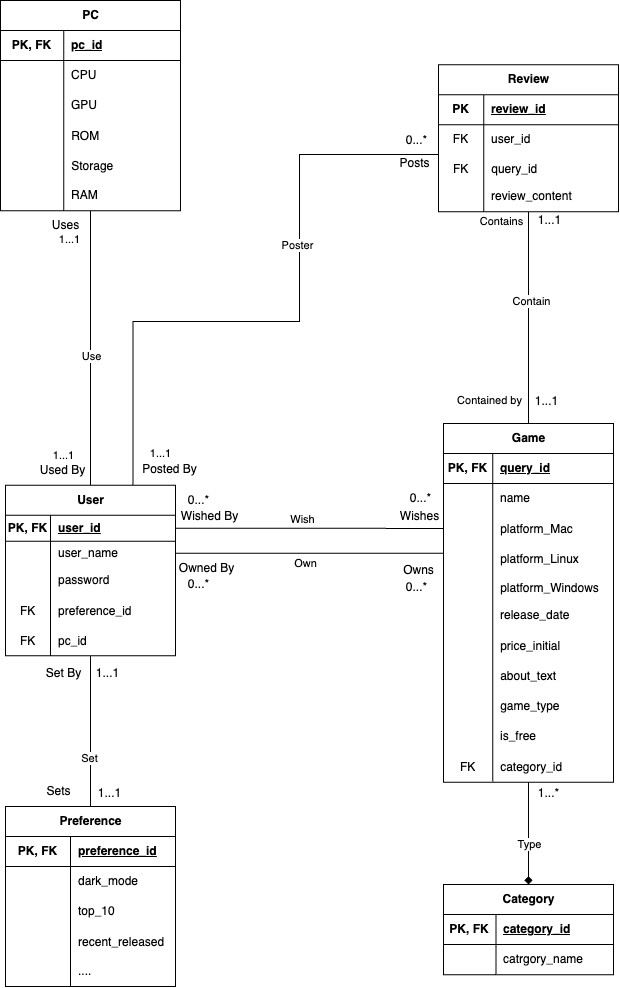
Earlier version of the draw.io export doc/image/cs411-pt1-stage2-uml.png (linggew/GGsteam). Source tidied: cells renumbered, new cells last; positions are measured from the earlier drawing's top-left corner, leaving out a move shared by most shapes.
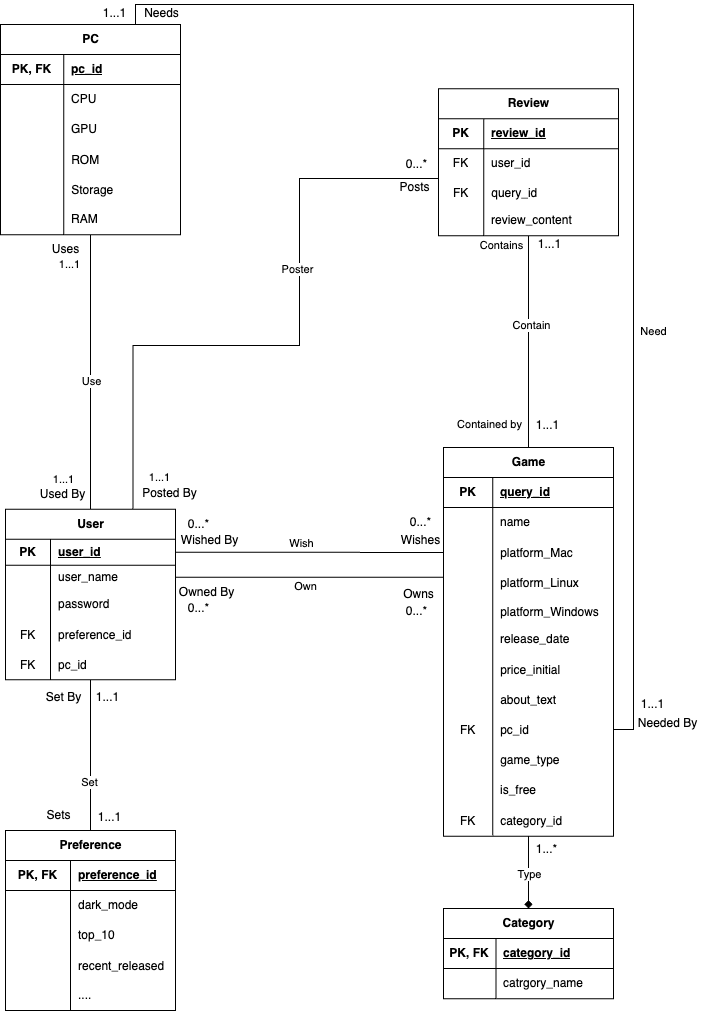
The same file after the commit.

Commit message:
Update UML diagram

Diff of the diagram source:
```diff
@@ -136,7 +136,7 @@
     <mxCell id="41" style="shape=tableRow;horizontal=0;startSize=0;swimlaneHead=0;swimlaneBody=0;fillColor=none;points=[[0,0.5],[1,0.5]];portConstraint=eastwest;top=0;left=0;right=0;bottom=1;" parent="40" vertex="1">
       <mxGeometry y="30" width="170" height="26" as="geometry" />
     </mxCell>
-    <mxCell id="42" value="PK, FK" style="shape=partialRectangle;fillColor=none;top=0;left=0;bottom=0;right=0;fontStyle=1;overflow=hidden;whiteSpace=wrap;html=1;" parent="41" vertex="1">
+    <mxCell id="42" value="PK" style="shape=partialRectangle;fillColor=none;top=0;left=0;bottom=0;right=0;fontStyle=1;overflow=hidden;whiteSpace=wrap;html=1;" parent="41" vertex="1">
       <mxGeometry width="45.1" height="26" as="geometry" />
     </mxCell>
     <mxCell id="43" value="user_id" style="shape=partialRectangle;fillColor=none;top=0;left=0;bottom=0;right=0;align=left;spacingLeft=6;fontStyle=5;overflow=hidden;whiteSpace=wrap;html=1;" parent="41" vertex="1">
@@ -252,16 +252,16 @@
     </mxCell>
     <mxCell id="80" value="Type" style="edgeLabel;html=1;align=center;verticalAlign=middle;" parent="79" vertex="1">
       <mxGeometry x="-0.1" relative="1" as="geometry">
-        <mxPoint y="16" as="offset" />
+        <mxPoint y="5" as="offset" />
       </mxGeometry>
     </mxCell>
     <mxCell id="81" value="Game" style="shape=table;startSize=30;rowLines=0;fontStyle=1;align=center;html=1;" parent="1" vertex="1">
-      <mxGeometry x="443" y="423" width="170" height="358.8" as="geometry" />
+      <mxGeometry x="443" y="423" width="170" height="388.8" as="geometry" />
     </mxCell>
     <mxCell id="82" style="shape=tableRow;horizontal=0;startSize=0;swimlaneHead=0;swimlaneBody=0;fillColor=none;top=0;left=0;right=0;bottom=1;" parent="81" vertex="1">
       <mxGeometry y="30" width="170" height="30" as="geometry" />
     </mxCell>
-    <mxCell id="83" value="PK, FK" style="shape=partialRectangle;fillColor=none;top=0;left=0;bottom=0;right=0;fontStyle=1;overflow=hidden;whiteSpace=wrap;html=1;" parent="82" vertex="1">
+    <mxCell id="83" value="PK" style="shape=partialRectangle;fillColor=none;top=0;left=0;bottom=0;right=0;fontStyle=1;overflow=hidden;whiteSpace=wrap;html=1;" parent="82" vertex="1">
       <mxGeometry width="49.2" height="30" as="geometry" />
     </mxCell>
     <mxCell id="84" value="query_id&lt;span id=&quot;docs-internal-guid-daca0c7e-7fff-854b-cd41-a42f19190791&quot; style=&quot;font-weight:normal;&quot;&gt;&lt;/span&gt;" style="shape=partialRectangle;fillColor=none;top=0;left=0;bottom=0;right=0;align=left;spacingLeft=6;fontStyle=5;overflow=hidden;whiteSpace=wrap;html=1;" parent="82" vertex="1">
@@ -330,8 +330,17 @@
     <mxCell id="105" value="about_text" style="shape=partialRectangle;fillColor=none;top=0;left=0;bottom=0;right=0;align=left;spacingLeft=6;overflow=hidden;" parent="103" vertex="1">
       <mxGeometry x="49.2" width="120.8" height="30" as="geometry" />
     </mxCell>
+    <mxCell id="146" style="shape=tableRow;horizontal=0;startSize=0;swimlaneHead=0;swimlaneBody=0;fillColor=none;points=[[0,0.5],[1,0.5]];portConstraint=eastwest;top=0;left=0;right=0;bottom=0;" parent="81" vertex="1">
+      <mxGeometry y="267" width="170" height="30" as="geometry" />
+    </mxCell>
+    <mxCell id="147" value="FK" style="shape=partialRectangle;fillColor=none;top=0;left=0;bottom=0;right=0;overflow=hidden;" parent="146" vertex="1">
+      <mxGeometry width="49.2" height="30" as="geometry" />
+    </mxCell>
+    <mxCell id="148" value="pc_id" style="shape=partialRectangle;fillColor=none;top=0;left=0;bottom=0;right=0;align=left;spacingLeft=6;overflow=hidden;" parent="146" vertex="1">
+      <mxGeometry x="49.2" width="120.8" height="30" as="geometry" />
+    </mxCell>
     <mxCell id="106" style="shape=tableRow;horizontal=0;startSize=0;swimlaneHead=0;swimlaneBody=0;fillColor=none;top=0;left=0;right=0;bottom=0;" parent="81" vertex="1">
-      <mxGeometry y="267" width="170" height="30" as="geometry" />
+      <mxGeometry y="297" width="170" height="30" as="geometry" />
     </mxCell>
     <mxCell id="107" style="shape=partialRectangle;fillColor=none;top=0;left=0;bottom=0;right=0;overflow=hidden;" parent="106" vertex="1">
       <mxGeometry width="49.2" height="30" as="geometry" />
@@ -340,7 +349,7 @@
       <mxGeometry x="49.2" width="120.8" height="30" as="geometry" />
     </mxCell>
     <mxCell id="109" style="shape=tableRow;horizontal=0;startSize=0;swimlaneHead=0;swimlaneBody=0;fillColor=none;top=0;left=0;right=0;bottom=0;" parent="81" vertex="1">
-      <mxGeometry y="297" width="170" height="31" as="geometry" />
+      <mxGeometry y="327" width="170" height="31" as="geometry" />
     </mxCell>
     <mxCell id="110" style="shape=partialRectangle;fillColor=none;top=0;left=0;bottom=0;right=0;overflow=hidden;whiteSpace=wrap;html=1;" parent="109" vertex="1">
       <mxGeometry width="49.2" height="31" as="geometry" />
@@ -349,7 +358,7 @@
       <mxGeometry x="49.2" width="120.8" height="31" as="geometry" />
     </mxCell>
     <mxCell id="112" style="shape=tableRow;horizontal=0;startSize=0;swimlaneHead=0;swimlaneBody=0;fillColor=none;top=0;left=0;right=0;bottom=0;" parent="81" vertex="1">
-      <mxGeometry y="328" width="170" height="30" as="geometry" />
+      <mxGeometry y="358" width="170" height="30" as="geometry" />
     </mxCell>
     <mxCell id="113" value="FK" style="shape=partialRectangle;fillColor=none;top=0;left=0;bottom=0;right=0;overflow=hidden;" parent="112" vertex="1">
       <mxGeometry width="49.2" height="30" as="geometry" />
@@ -433,7 +442,7 @@
       <mxGeometry x="88" y="780" width="41" height="26" as="geometry" />
     </mxCell>
     <mxCell id="138" value="1...*" style="text;html=1;align=center;verticalAlign=middle;strokeColor=none;fillColor=none;" parent="1" vertex="1">
-      <mxGeometry x="528.5" y="780" width="39" height="26" as="geometry" />
+      <mxGeometry x="526" y="811.8" width="39" height="26" as="geometry" />
     </mxCell>
     <mxCell id="139" value="0...*" style="text;html=1;align=center;verticalAlign=middle;strokeColor=none;fillColor=none;" parent="1" vertex="1">
       <mxGeometry x="396" y="127" width="39" height="26" as="geometry" />
@@ -458,5 +467,25 @@
     <mxCell id="145" value="0...*" style="text;html=1;align=center;verticalAlign=middle;strokeColor=none;fillColor=none;" parent="1" vertex="1">
       <mxGeometry x="178" y="487" width="39" height="26" as="geometry" />
     </mxCell>
+    <mxCell id="149" style="edgeStyle=orthogonalEdgeStyle;rounded=0;jettySize=auto;html=1;exitX=1;exitY=0.5;exitDx=0;exitDy=0;entryX=0.75;entryY=0;entryDx=0;entryDy=0;endArrow=none;endFill=0;" parent="1" edge="1" source="146" target="19">
+      <mxGeometry relative="1" as="geometry" />
+    </mxCell>
+    <mxCell id="150" value="Need" style="edgeLabel;html=1;align=center;verticalAlign=middle;" parent="149" vertex="1">
+      <mxGeometry x="-0.33" y="2" relative="1" as="geometry">
+        <mxPoint x="21" y="2" as="offset" />
+      </mxGeometry>
+    </mxCell>
+    <mxCell id="151" value="1...1" style="text;html=1;align=center;verticalAlign=middle;strokeColor=none;fillColor=none;" parent="1" vertex="1">
+      <mxGeometry x="93" y="-24" width="41" height="26" as="geometry" />
+    </mxCell>
+    <mxCell id="152" value="1...1" style="text;html=1;align=center;verticalAlign=middle;strokeColor=none;fillColor=none;" parent="1" vertex="1">
+      <mxGeometry x="631" y="667" width="41" height="26" as="geometry" />
+    </mxCell>
+    <mxCell id="153" value="Needs" style="text;html=1;align=center;verticalAlign=middle;strokeColor=none;fillColor=none;" parent="1" vertex="1">
+      <mxGeometry x="134" y="-24" width="53" height="26" as="geometry" />
+    </mxCell>
+    <mxCell id="154" value="Needed By" style="text;html=1;align=center;verticalAlign=middle;strokeColor=none;fillColor=none;" parent="1" vertex="1">
+      <mxGeometry x="628" y="686" width="77" height="26" as="geometry" />
+    </mxCell>
   </root>
 </mxGraphModel>
```
